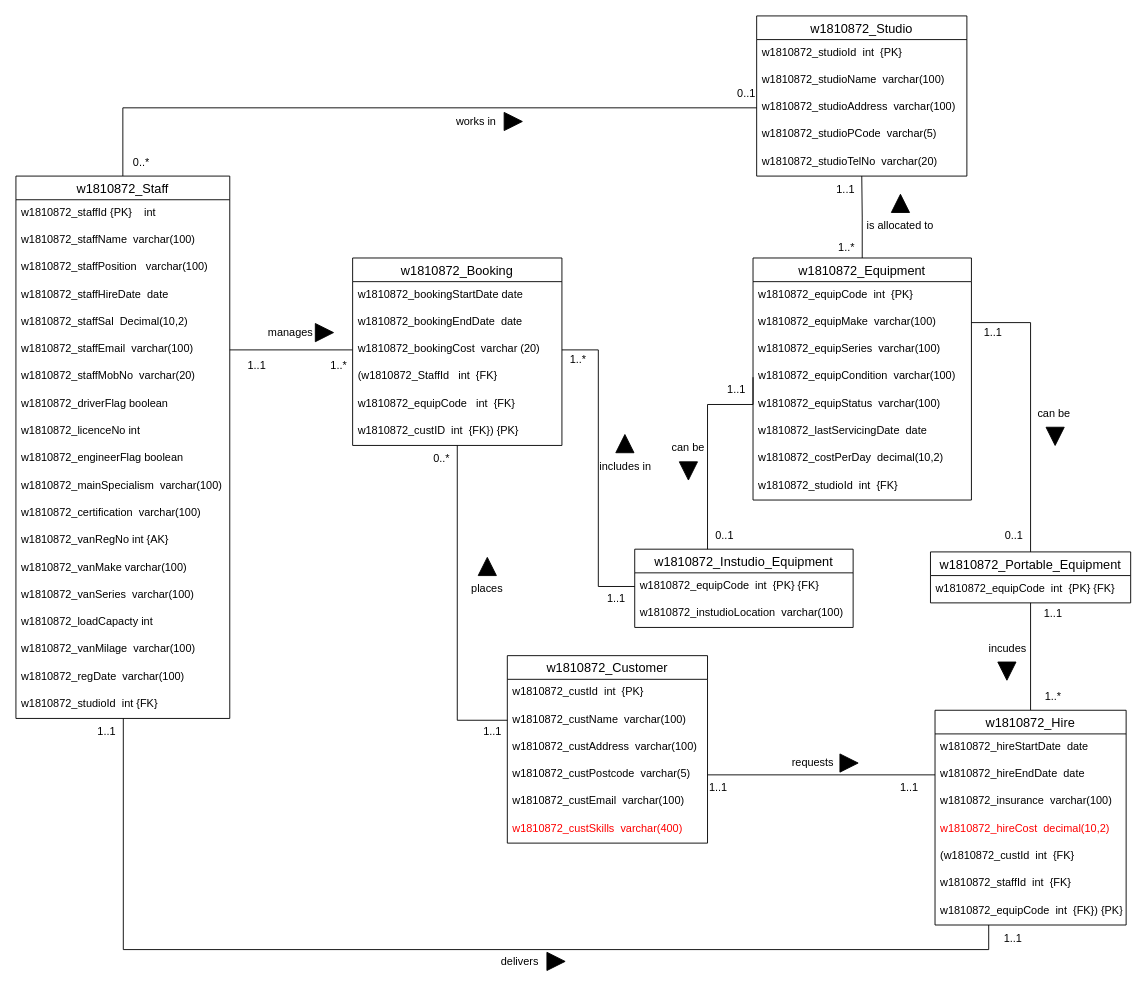
The draw.io diagram Part B/Part_B.drawio in ChitharaKarunasekera/DatabaseSystemsCoursework, before the edit. Source tidied: cells renumbered, new cells numbered last; positions are measured from the earlier drawing's top-left corner, leaving out a move shared by most shapes. Both pictures are drawn from the tidied source at 91%, with x=0, y=0 at pixel (15, 15).
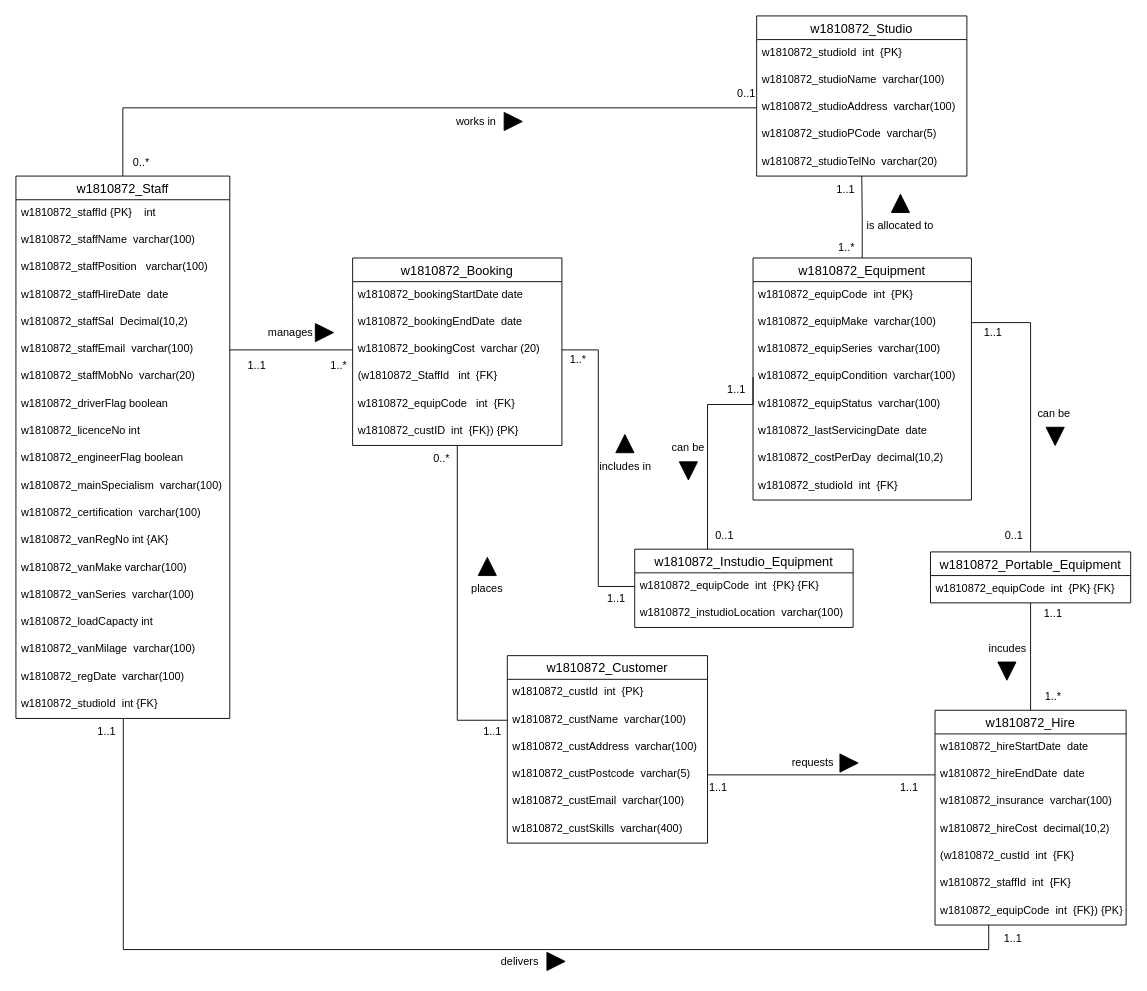
After the change.

Commit message:
changed data type color

The change refers to these unchanged cells:
```xml
<mxCell id="49" value="w1810872_Customer" style="swimlane;fontStyle=0;horizontal=1;startSize=26;align=center;fontSize=14;fontColor=#000000;" parent="1" vertex="1">
  <mxGeometry x="540" y="703" width="220" height="206" as="geometry" />
</mxCell>
<mxCell id="77" value="w1810872_Hire" style="swimlane;fontStyle=0;horizontal=1;startSize=26;align=center;fontSize=14;fontColor=#000000;" parent="1" vertex="1">
  <mxGeometry x="1010" y="763" width="210" height="236" as="geometry" />
</mxCell>
```

Change to the diagram source:
```diff
@@
-    <mxCell id="55" value="w1810872_custSkills  varchar(400)" style="text;strokeColor=none;fillColor=none;spacingLeft=4;spacingRight=4;overflow=hidden;fontSize=12;fontColor=#FF0000;" parent="49" vertex="1">
+    <mxCell id="55" value="w1810872_custSkills  varchar(400)" style="text;strokeColor=none;fillColor=none;spacingLeft=4;spacingRight=4;overflow=hidden;fontSize=12;fontColor=#000000;" parent="49" vertex="1">
       <mxGeometry y="176" width="220" height="30" as="geometry" />
     </mxCell>
@@
-    <mxCell id="81" value="w1810872_hireCost  decimal(10,2)" style="text;strokeColor=none;fillColor=none;spacingLeft=4;spacingRight=4;overflow=hidden;fontSize=12;fontColor=#FF0000;" parent="77" vertex="1">
+    <mxCell id="81" value="w1810872_hireCost  decimal(10,2)" style="text;strokeColor=none;fillColor=none;spacingLeft=4;spacingRight=4;overflow=hidden;fontSize=12;fontColor=#000000;" parent="77" vertex="1">
       <mxGeometry y="116" width="210" height="30" as="geometry" />
     </mxCell>
```
